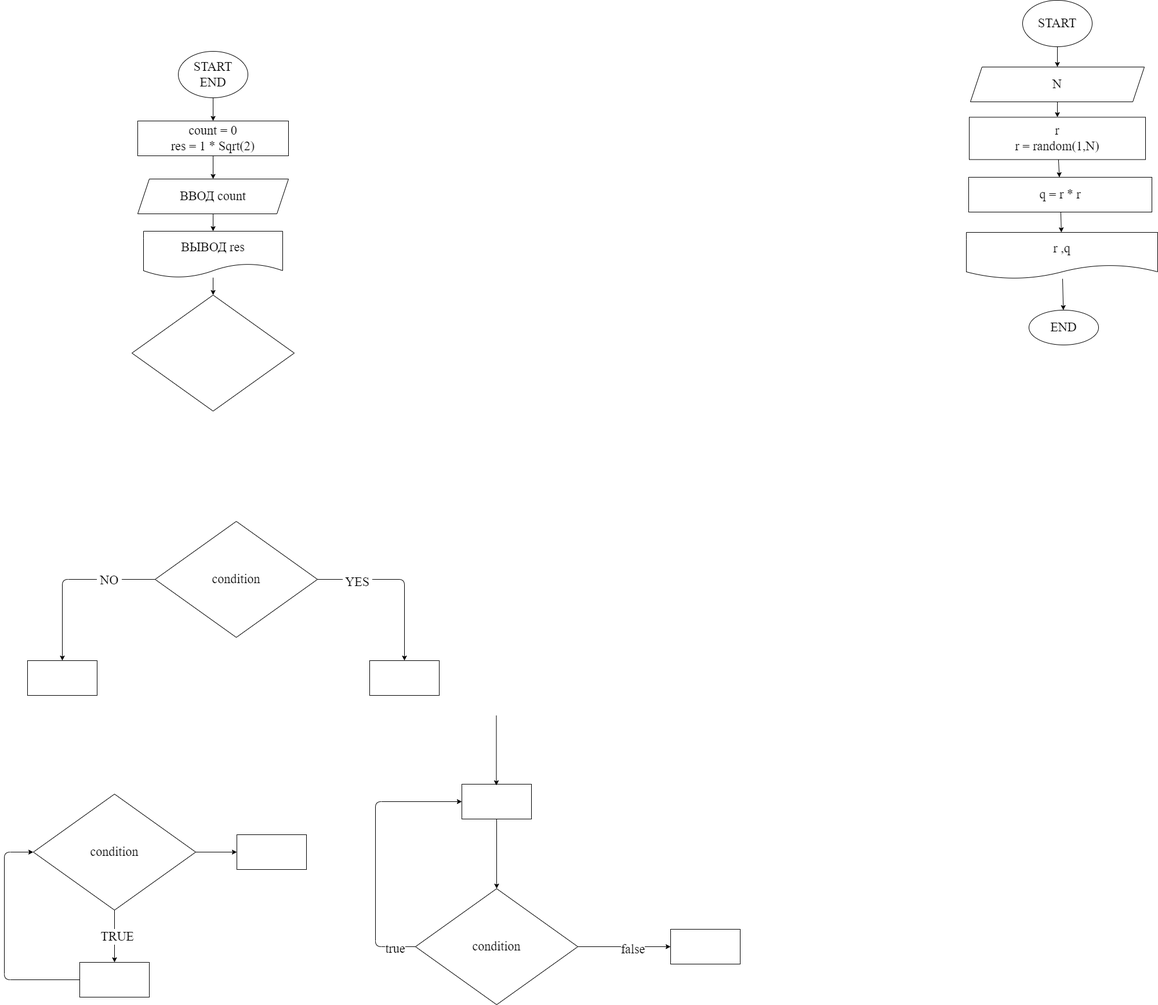
Earlier version of the draw.io export ex000.drawio.png (iksergey/practice_temp). Source tidied: cells renumbered, new cells last; positions are measured from the earlier drawing's top-left corner, leaving out a move shared by most shapes.
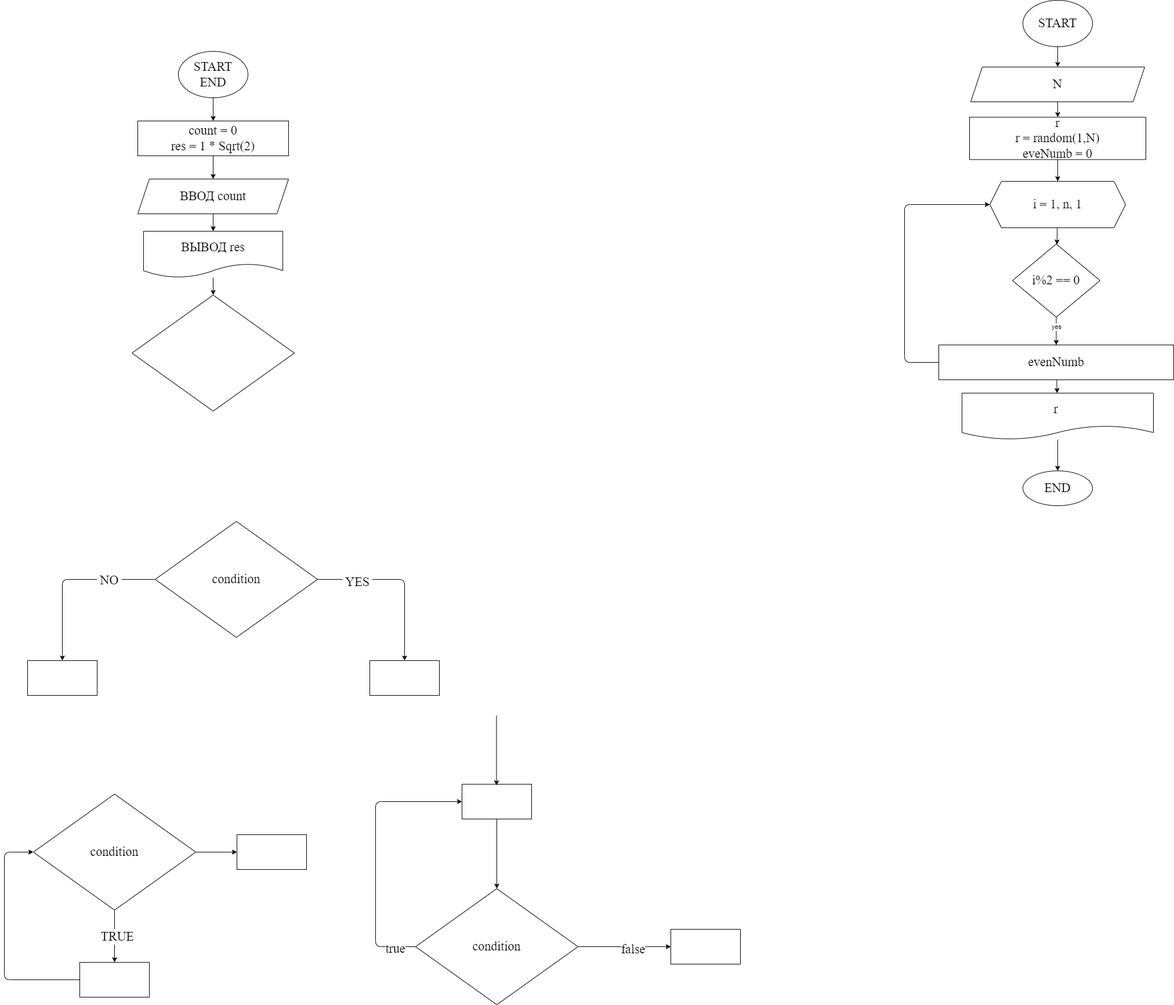
Later version of the same file.

Commit message:
even numbers

Diff of the diagram source:
```diff
@@ -131,26 +131,49 @@
     <mxCell id="37" value="N" style="shape=parallelogram;perimeter=parallelogramPerimeter;whiteSpace=wrap;html=1;fixedSize=1;fontSize=22;fontFamily=Fira Code;" parent="1" vertex="1">
       <mxGeometry x="1666" y="115" width="300" height="60" as="geometry" />
     </mxCell>
-    <mxCell id="38" style="edgeStyle=none;html=1;" parent="1" edge="1" source="39" target="44">
-      <mxGeometry relative="1" as="geometry" />
-    </mxCell>
+    <mxCell id="45" style="edgeStyle=none;html=1;" parent="1" edge="1" source="39" target="47">
+      <mxGeometry relative="1" as="geometry" />
+    </mxCell>
-    <mxCell id="39" value="r&lt;br&gt;r = random(1,N)" style="whiteSpace=wrap;html=1;fontSize=22;fontFamily=Fira Code;" parent="1" vertex="1">
+    <mxCell id="39" value="r&lt;br&gt;r = random(1,N)&lt;br&gt;eveNumb = 0" style="whiteSpace=wrap;html=1;fontSize=22;fontFamily=Fira Code;" parent="1" vertex="1">
       <mxGeometry x="1664" y="201.5" width="304" height="73" as="geometry" />
     </mxCell>
-    <mxCell id="40" style="edgeStyle=none;html=1;fontFamily=Fira Code;fontSize=22;" parent="1" edge="1" source="41" target="42">
+    <mxCell id="40" style="edgeStyle=none;html=1;" parent="1" edge="1" source="41" target="42">
       <mxGeometry relative="1" as="geometry" />
     </mxCell>
-    <mxCell id="41" value="r ,q" style="shape=document;whiteSpace=wrap;html=1;boundedLbl=1;fontSize=22;fontFamily=Fira Code;" parent="1" vertex="1">
-      <mxGeometry x="1659" y="400" width="330" height="80" as="geometry" />
+    <mxCell id="41" value="r&amp;nbsp;" style="shape=document;whiteSpace=wrap;html=1;boundedLbl=1;fontSize=22;fontFamily=Fira Code;" parent="1" vertex="1">
+      <mxGeometry x="1651" y="677" width="330" height="80" as="geometry" />
     </mxCell>
     <mxCell id="42" value="END" style="ellipse;whiteSpace=wrap;html=1;fontSize=22;fontFamily=Fira Code;" parent="1" vertex="1">
-      <mxGeometry x="1767" y="534" width="120" height="60" as="geometry" />
+      <mxGeometry x="1756" y="811" width="120" height="60" as="geometry" />
     </mxCell>
-    <mxCell id="43" style="edgeStyle=none;html=1;" parent="1" edge="1" source="44" target="41">
-      <mxGeometry relative="1" as="geometry" />
-    </mxCell>
-    <mxCell id="44" value="q = r * r" style="whiteSpace=wrap;html=1;fontSize=22;fontFamily=Fira Code;" parent="1" vertex="1">
-      <mxGeometry x="1663" y="305" width="316" height="60" as="geometry" />
-    </mxCell>
+    <mxCell id="46" style="edgeStyle=none;html=1;" parent="1" edge="1" source="47" target="50">
+      <mxGeometry relative="1" as="geometry" />
+    </mxCell>
+    <mxCell id="47" value="i = 1, n, 1" style="shape=hexagon;perimeter=hexagonPerimeter2;whiteSpace=wrap;html=1;fixedSize=1;fontSize=22;fontFamily=Fira Code;" parent="1" vertex="1">
+      <mxGeometry x="1699" y="312" width="234" height="80" as="geometry" />
+    </mxCell>
+    <mxCell id="48" style="edgeStyle=none;html=1;" parent="1" edge="1" source="50" target="53">
+      <mxGeometry relative="1" as="geometry" />
+    </mxCell>
+    <mxCell id="49" value="yes" style="edgeLabel;html=1;align=center;verticalAlign=middle;" parent="48" vertex="1">
+      <mxGeometry x="-0.33" relative="1" as="geometry" />
+    </mxCell>
+    <mxCell id="50" value="i%2 == 0" style="rhombus;whiteSpace=wrap;html=1;fontSize=22;fontFamily=Fira Code;" parent="1" vertex="1">
+      <mxGeometry x="1738" y="420" width="151" height="126" as="geometry" />
+    </mxCell>
+    <mxCell id="51" style="edgeStyle=none;html=1;exitX=0;exitY=0.5;exitDx=0;exitDy=0;entryX=0;entryY=0.5;entryDx=0;entryDy=0;" parent="1" edge="1" source="53" target="47">
+      <mxGeometry relative="1" as="geometry">
+        <Array as="points">
+          <mxPoint x="1552" y="624" />
+          <mxPoint x="1552" y="352" />
+        </Array>
+      </mxGeometry>
+    </mxCell>
+    <mxCell id="52" style="edgeStyle=none;html=1;" parent="1" edge="1" source="53" target="41">
+      <mxGeometry relative="1" as="geometry" />
+    </mxCell>
+    <mxCell id="53" value="evenNumb" style="whiteSpace=wrap;html=1;fontSize=22;fontFamily=Fira Code;" parent="1" vertex="1">
+      <mxGeometry x="1611" y="594" width="405" height="60" as="geometry" />
+    </mxCell>
   </root>
 </mxGraphModel>
```
